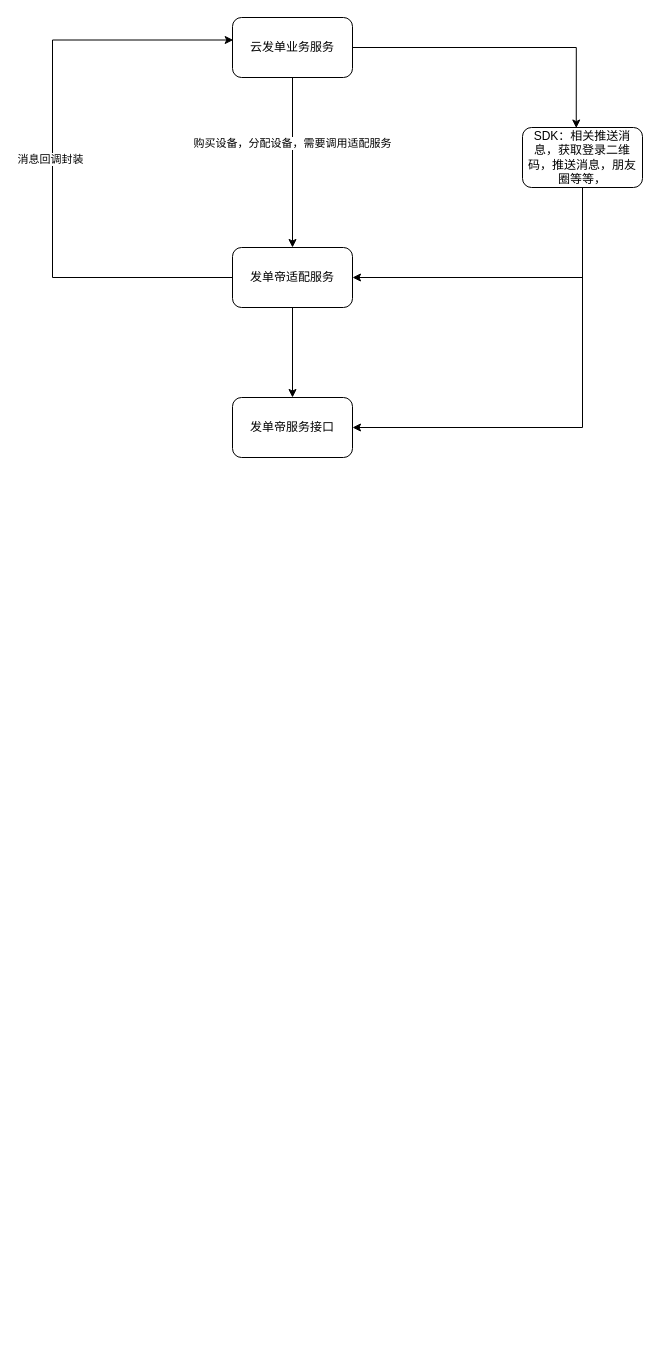
Earlier version of the draw.io diagram miyuan/发单帝架构.drawio (smallleaf/draw.io). Source tidied: cells renumbered, new cells numbered last; positions are measured from the earlier drawing's top-left corner, leaving out a move shared by most shapes. Both pictures are drawn from the tidied source at 100%, with x=0, y=0 at pixel (52, 17).
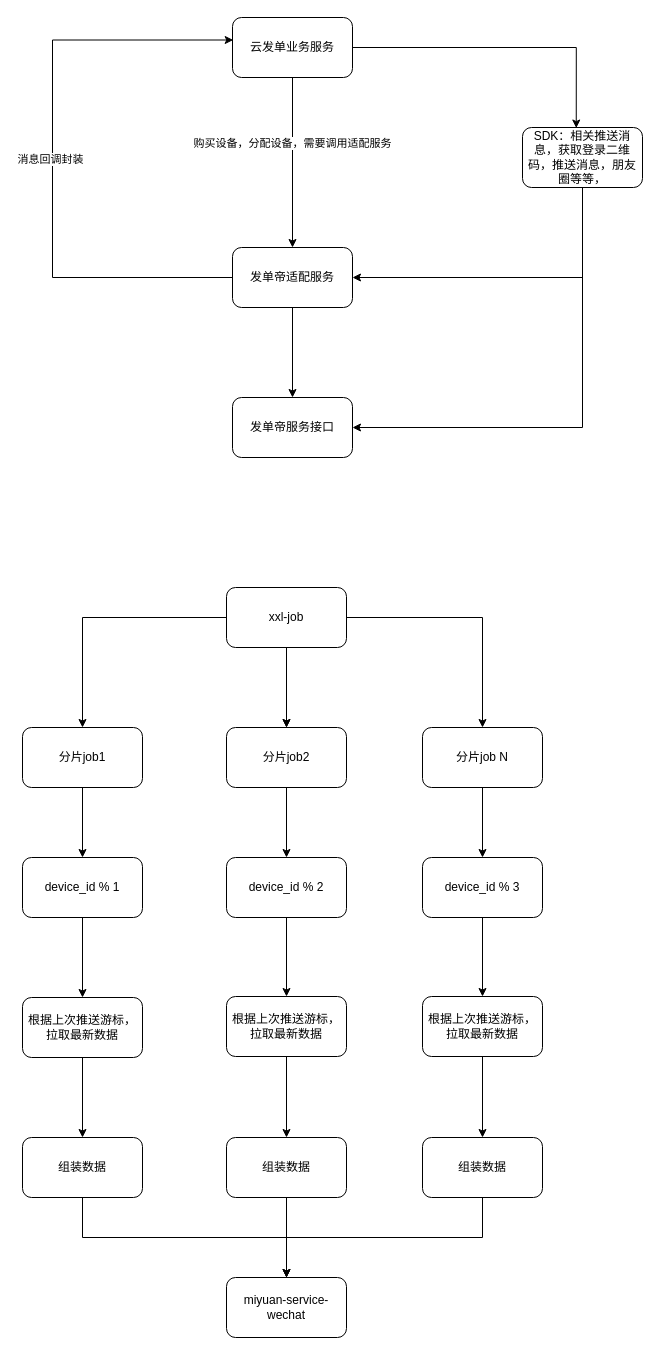
After the change.

Commit message:
更新发单帝架构.drawio

The edit, as a diff of the source:
```diff
@@
+    <mxCell id="14" style="edgeStyle=orthogonalEdgeStyle;rounded=0;jettySize=auto;html=1;" parent="1" edge="1" source="18" target="20">
+      <mxGeometry relative="1" as="geometry" />
+    </mxCell>
+    <mxCell id="15" style="edgeStyle=orthogonalEdgeStyle;rounded=0;jettySize=auto;html=1;" parent="1" edge="1" source="18" target="22">
+      <mxGeometry relative="1" as="geometry" />
+    </mxCell>
+    <mxCell id="16" style="edgeStyle=orthogonalEdgeStyle;rounded=0;jettySize=auto;html=1;" parent="1" edge="1" source="18" target="22">
+      <mxGeometry relative="1" as="geometry" />
+    </mxCell>
+    <mxCell id="17" style="edgeStyle=orthogonalEdgeStyle;rounded=0;jettySize=auto;html=1;exitX=1;exitY=0.5;exitDx=0;exitDy=0;entryX=0.5;entryY=0;entryDx=0;entryDy=0;" parent="1" edge="1" source="18" target="24">
+      <mxGeometry relative="1" as="geometry" />
+    </mxCell>
+    <mxCell id="18" value="xxl-job" style="rounded=1;whiteSpace=wrap;html=1;" parent="1" vertex="1">
+      <mxGeometry x="174" y="570" width="120" height="60" as="geometry" />
+    </mxCell>
+    <mxCell id="19" style="edgeStyle=orthogonalEdgeStyle;rounded=0;jettySize=auto;html=1;" parent="1" edge="1" source="20" target="26">
+      <mxGeometry relative="1" as="geometry" />
+    </mxCell>
+    <mxCell id="20" value="分片job1" style="rounded=1;whiteSpace=wrap;html=1;" parent="1" vertex="1">
+      <mxGeometry x="-30" y="710" width="120" height="60" as="geometry" />
+    </mxCell>
+    <mxCell id="21" style="edgeStyle=orthogonalEdgeStyle;rounded=0;jettySize=auto;html=1;" parent="1" edge="1" source="22" target="28">
+      <mxGeometry relative="1" as="geometry" />
+    </mxCell>
+    <mxCell id="22" value="分片job2" style="rounded=1;whiteSpace=wrap;html=1;" parent="1" vertex="1">
+      <mxGeometry x="174" y="710" width="120" height="60" as="geometry" />
+    </mxCell>
+    <mxCell id="23" style="edgeStyle=orthogonalEdgeStyle;rounded=0;jettySize=auto;html=1;" parent="1" edge="1" source="24" target="30">
+      <mxGeometry relative="1" as="geometry" />
+    </mxCell>
+    <mxCell id="24" value="分片job N" style="rounded=1;whiteSpace=wrap;html=1;" parent="1" vertex="1">
+      <mxGeometry x="370" y="710" width="120" height="60" as="geometry" />
+    </mxCell>
+    <mxCell id="25" style="edgeStyle=orthogonalEdgeStyle;rounded=0;jettySize=auto;html=1;" parent="1" edge="1" source="26" target="32">
+      <mxGeometry relative="1" as="geometry" />
+    </mxCell>
+    <mxCell id="26" value="device_id % 1" style="rounded=1;whiteSpace=wrap;html=1;" parent="1" vertex="1">
+      <mxGeometry x="-30" y="840" width="120" height="60" as="geometry" />
+    </mxCell>
+    <mxCell id="27" style="edgeStyle=orthogonalEdgeStyle;rounded=0;jettySize=auto;html=1;exitX=0.5;exitY=1;exitDx=0;exitDy=0;entryX=0.5;entryY=0;entryDx=0;entryDy=0;" parent="1" edge="1" source="28" target="34">
+      <mxGeometry relative="1" as="geometry" />
+    </mxCell>
+    <mxCell id="28" value="device_id % 2" style="rounded=1;whiteSpace=wrap;html=1;" parent="1" vertex="1">
+      <mxGeometry x="174" y="840" width="120" height="60" as="geometry" />
+    </mxCell>
+    <mxCell id="29" style="edgeStyle=orthogonalEdgeStyle;rounded=0;jettySize=auto;html=1;exitX=0.5;exitY=1;exitDx=0;exitDy=0;entryX=0.5;entryY=0;entryDx=0;entryDy=0;" parent="1" edge="1" source="30" target="36">
+      <mxGeometry relative="1" as="geometry" />
+    </mxCell>
+    <mxCell id="30" value="device_id % 3" style="rounded=1;whiteSpace=wrap;html=1;" parent="1" vertex="1">
+      <mxGeometry x="370" y="840" width="120" height="60" as="geometry" />
+    </mxCell>
+    <mxCell id="31" style="edgeStyle=orthogonalEdgeStyle;rounded=0;jettySize=auto;html=1;exitX=0.5;exitY=1;exitDx=0;exitDy=0;entryX=0.5;entryY=0;entryDx=0;entryDy=0;" parent="1" edge="1" source="32" target="38">
+      <mxGeometry relative="1" as="geometry" />
+    </mxCell>
+    <mxCell id="32" value="根据上次推送游标，拉取最新数据" style="rounded=1;whiteSpace=wrap;html=1;" parent="1" vertex="1">
+      <mxGeometry x="-30" y="980" width="120" height="60" as="geometry" />
+    </mxCell>
+    <mxCell id="33" style="edgeStyle=orthogonalEdgeStyle;rounded=0;jettySize=auto;html=1;exitX=0.5;exitY=1;exitDx=0;exitDy=0;entryX=0.5;entryY=0;entryDx=0;entryDy=0;" parent="1" edge="1" source="34" target="40">
+      <mxGeometry relative="1" as="geometry" />
+    </mxCell>
+    <mxCell id="34" value="根据上次推送游标，拉取最新数据" style="rounded=1;whiteSpace=wrap;html=1;" parent="1" vertex="1">
+      <mxGeometry x="174" y="979" width="120" height="60" as="geometry" />
+    </mxCell>
+    <mxCell id="35" style="edgeStyle=orthogonalEdgeStyle;rounded=0;jettySize=auto;html=1;exitX=0.5;exitY=1;exitDx=0;exitDy=0;entryX=0.5;entryY=0;entryDx=0;entryDy=0;" parent="1" edge="1" source="36" target="42">
+      <mxGeometry relative="1" as="geometry" />
+    </mxCell>
+    <mxCell id="36" value="根据上次推送游标，拉取最新数据" style="rounded=1;whiteSpace=wrap;html=1;" parent="1" vertex="1">
+      <mxGeometry x="370" y="979" width="120" height="60" as="geometry" />
+    </mxCell>
+    <mxCell id="37" style="edgeStyle=orthogonalEdgeStyle;rounded=0;jettySize=auto;html=1;exitX=0.5;exitY=1;exitDx=0;exitDy=0;entryX=0.5;entryY=0;entryDx=0;entryDy=0;" parent="1" edge="1" source="38" target="43">
+      <mxGeometry relative="1" as="geometry" />
+    </mxCell>
+    <mxCell id="38" value="组装数据" style="rounded=1;whiteSpace=wrap;html=1;" parent="1" vertex="1">
+      <mxGeometry x="-30" y="1120" width="120" height="60" as="geometry" />
+    </mxCell>
+    <mxCell id="39" style="edgeStyle=orthogonalEdgeStyle;rounded=0;jettySize=auto;html=1;exitX=0.5;exitY=1;exitDx=0;exitDy=0;entryX=0.5;entryY=0;entryDx=0;entryDy=0;" parent="1" edge="1" source="40" target="43">
+      <mxGeometry relative="1" as="geometry" />
+    </mxCell>
+    <mxCell id="40" value="组装数据" style="rounded=1;whiteSpace=wrap;html=1;" parent="1" vertex="1">
+      <mxGeometry x="174" y="1120" width="120" height="60" as="geometry" />
+    </mxCell>
+    <mxCell id="41" style="edgeStyle=orthogonalEdgeStyle;rounded=0;jettySize=auto;html=1;exitX=0.5;exitY=1;exitDx=0;exitDy=0;entryX=0.5;entryY=0;entryDx=0;entryDy=0;" parent="1" edge="1" source="42" target="43">
+      <mxGeometry relative="1" as="geometry" />
+    </mxCell>
+    <mxCell id="42" value="组装数据" style="rounded=1;whiteSpace=wrap;html=1;" parent="1" vertex="1">
+      <mxGeometry x="370" y="1120" width="120" height="60" as="geometry" />
+    </mxCell>
+    <mxCell id="43" value="miyuan-service-wechat" style="rounded=1;whiteSpace=wrap;html=1;" parent="1" vertex="1">
+      <mxGeometry x="174" y="1260" width="120" height="60" as="geometry" />
+    </mxCell>
```
